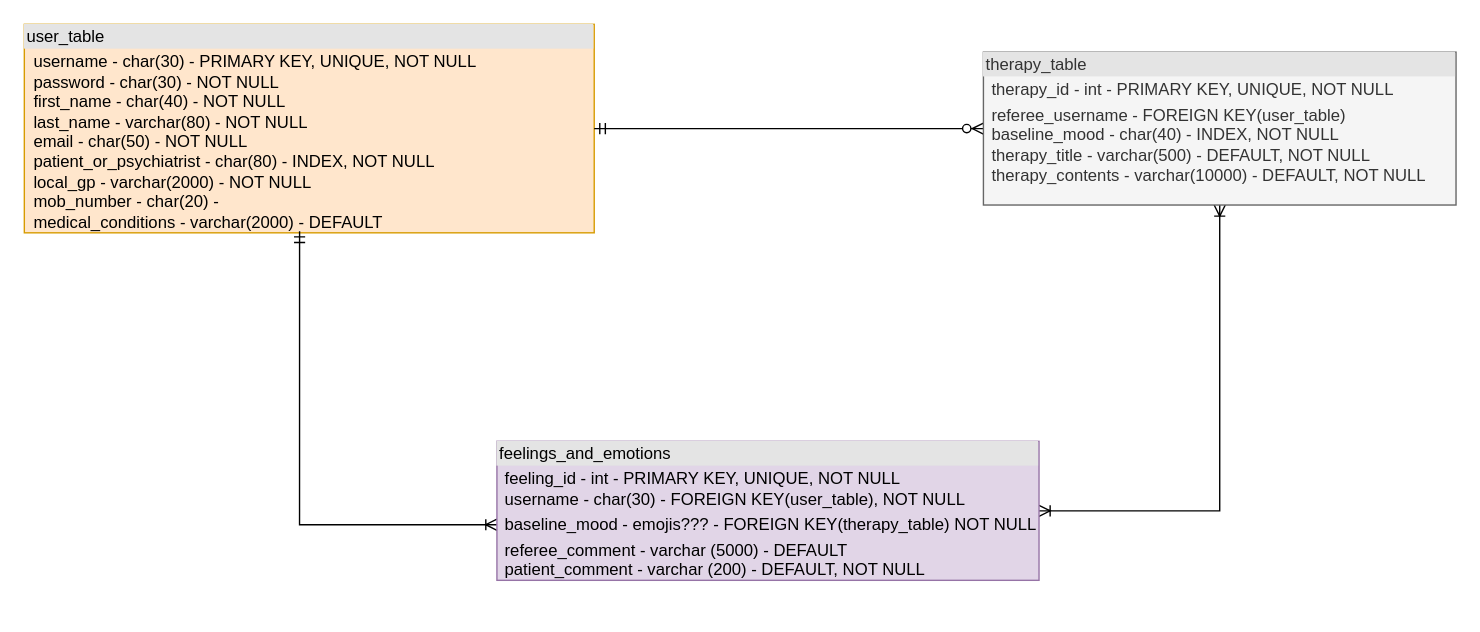
The draw.io diagram Documentation/Entity Relationship Diagram/Joshua Higginson - Entity Relationship Diagram.drawio in joshuahigginson1/DevOps_Assessment_1, before the edit. Source tidied: cells renumbered, new cells numbered last; positions are measured from the earlier drawing's top-left corner, leaving out a move shared by most shapes. Both pictures are drawn from the tidied source at 139%, with x=0, y=0 at pixel (24, 24).
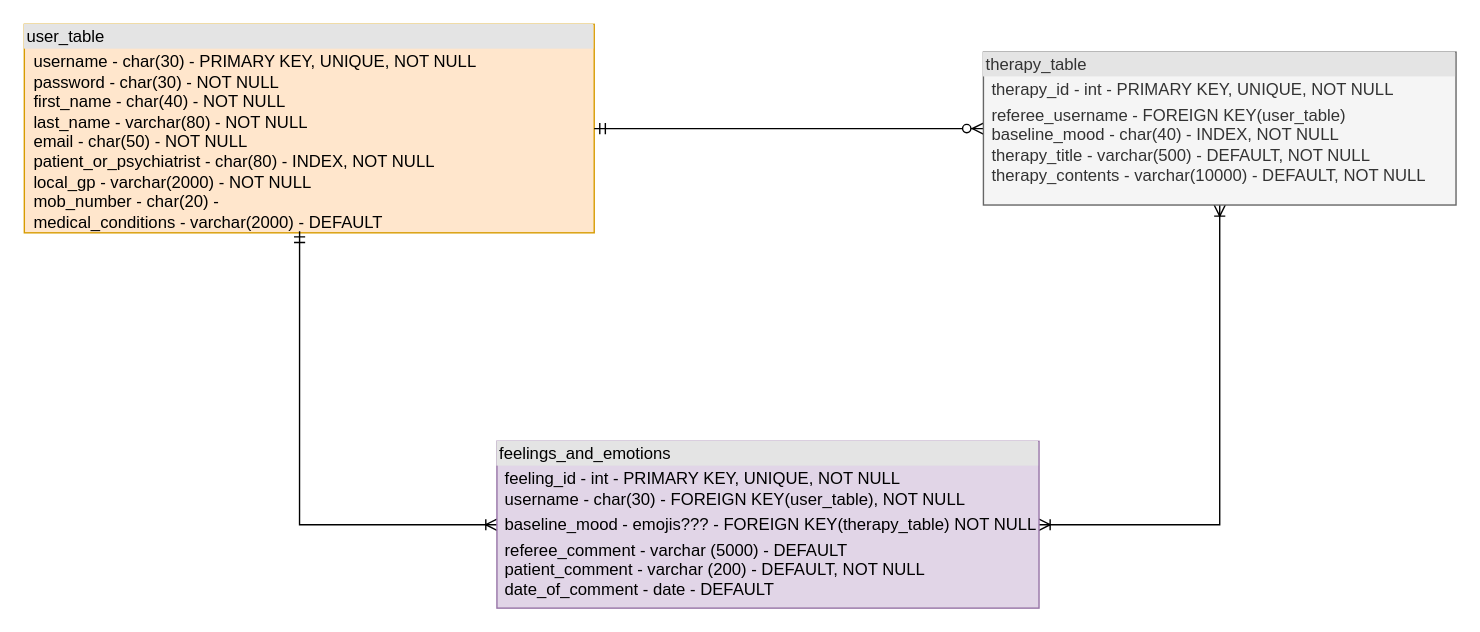
After the change.

Commit message (it also covers changes not shown here):
QDA1-45 #comment made a start on db schema and config for mood tracker.

What changed in the source:
```diff
@@
 <mxGraphModel>
   <root>
     <mxCell id="0" />
     <mxCell id="1" parent="0" />
     <mxCell id="2" value="&lt;div style=&quot;box-sizing: border-box ; width: 100% ; background: #e4e4e4 ; padding: 2px&quot;&gt;user_table&lt;/div&gt;&lt;table style=&quot;width: 100% ; font-size: 1em&quot; cellpadding=&quot;2&quot; cellspacing=&quot;0&quot;&gt;&lt;tbody&gt;&lt;tr&gt;&lt;td&gt;&lt;br&gt;&lt;br&gt;&lt;br&gt;&lt;br&gt;&lt;br&gt;&lt;br&gt;&lt;br&gt;&lt;br&gt;&lt;br&gt;&lt;br&gt;&lt;br&gt;&lt;/td&gt;&lt;td&gt;username&amp;nbsp;- char(30) - PRIMARY KEY, UNIQUE, NOT NULL&lt;br&gt;password - char(30) - NOT NULL&lt;br&gt;first_name&amp;nbsp;- char(40) - NOT NULL&lt;br&gt;last_name&amp;nbsp;- varchar(80) - NOT NULL&lt;br&gt;email&amp;nbsp;- char(50) - NOT NULL&lt;br&gt;patient_or_psychiatrist - char(80) - INDEX, NOT NULL&lt;br&gt;local_gp - varchar(2000) - NOT NULL&lt;br&gt;mob_number - char(20) -&amp;nbsp;&lt;br&gt;medical_conditions - varchar(2000) - DEFAULT&lt;br&gt;&lt;br&gt;&lt;br&gt;&lt;/td&gt;&lt;/tr&gt;&lt;tr&gt;&lt;td&gt;&lt;br&gt;&lt;/td&gt;&lt;td&gt;&lt;br&gt;&lt;/td&gt;&lt;/tr&gt;&lt;tr&gt;&lt;td&gt;&lt;/td&gt;&lt;td&gt;&lt;br&gt;&lt;/td&gt;&lt;/tr&gt;&lt;/tbody&gt;&lt;/table&gt;" style="verticalAlign=top;align=left;overflow=fill;html=1;fillColor=#ffe6cc;strokeColor=#d79b00;" parent="1" vertex="1">
       <mxGeometry width="410" height="150" as="geometry" />
     </mxCell>
     <mxCell id="3" style="edgeStyle=orthogonalEdgeStyle;rounded=0;jettySize=auto;html=1;entryX=0.5;entryY=1;entryDx=0;entryDy=0;startArrow=ERoneToMany;startFill=0;endArrow=ERoneToMany;endFill=0;exitX=1;exitY=0.5;exitDx=0;exitDy=0;" parent="1" edge="1" source="5" target="7">
       <mxGeometry relative="1" as="geometry" />
     </mxCell>
     <mxCell id="4" style="edgeStyle=orthogonalEdgeStyle;rounded=0;jettySize=auto;html=1;entryX=0.483;entryY=0.993;entryDx=0;entryDy=0;startArrow=ERoneToMany;startFill=0;endArrow=ERmandOne;endFill=0;entryPerimeter=0;" parent="1" edge="1" source="5" target="2">
       <mxGeometry relative="1" as="geometry">
         <Array as="points">
           <mxPoint x="198" y="360" />
         </Array>
       </mxGeometry>
     </mxCell>
-    <mxCell id="5" value="&lt;div style=&quot;box-sizing: border-box ; width: 100% ; background: #e4e4e4 ; padding: 2px&quot;&gt;feelings_and_emotions&lt;/div&gt;&lt;table style=&quot;width: 100% ; font-size: 1em&quot; cellpadding=&quot;2&quot; cellspacing=&quot;0&quot;&gt;&lt;tbody&gt;&lt;tr&gt;&lt;td&gt;&lt;br&gt;&lt;/td&gt;&lt;td&gt;feeling_id - int - PRIMARY KEY, UNIQUE, NOT NULL&amp;nbsp;&lt;br&gt;username - char(30) - FOREIGN KEY(user_table), NOT NULL&lt;/td&gt;&lt;/tr&gt;&lt;tr&gt;&lt;td&gt;&lt;br&gt;&lt;/td&gt;&lt;td&gt;baseline_mood - emojis??? - FOREIGN KEY(therapy_table) NOT NULL&lt;br&gt;&lt;/td&gt;&lt;/tr&gt;&lt;tr&gt;&lt;td&gt;&lt;/td&gt;&lt;td&gt;referee_comment - varchar (5000) - DEFAULT&lt;br&gt;patient_comment - varchar (200) - DEFAULT, NOT NULL&lt;br&gt;&lt;br&gt;&lt;/td&gt;&lt;/tr&gt;&lt;/tbody&gt;&lt;/table&gt;" style="verticalAlign=top;align=left;overflow=fill;html=1;fillColor=#e1d5e7;strokeColor=#9673a6;" parent="1" vertex="1">
-      <mxGeometry x="340" y="300" width="390" height="100" as="geometry" />
+    <mxCell id="5" value="&lt;div style=&quot;box-sizing: border-box ; width: 100% ; background: #e4e4e4 ; padding: 2px&quot;&gt;feelings_and_emotions&lt;/div&gt;&lt;table style=&quot;width: 100% ; font-size: 1em&quot; cellpadding=&quot;2&quot; cellspacing=&quot;0&quot;&gt;&lt;tbody&gt;&lt;tr&gt;&lt;td&gt;&lt;br&gt;&lt;/td&gt;&lt;td&gt;feeling_id - int - PRIMARY KEY, UNIQUE, NOT NULL&amp;nbsp;&lt;br&gt;username - char(30) - FOREIGN KEY(user_table), NOT NULL&lt;/td&gt;&lt;/tr&gt;&lt;tr&gt;&lt;td&gt;&lt;br&gt;&lt;/td&gt;&lt;td&gt;baseline_mood - emojis??? - FOREIGN KEY(therapy_table) NOT NULL&lt;br&gt;&lt;/td&gt;&lt;/tr&gt;&lt;tr&gt;&lt;td&gt;&lt;/td&gt;&lt;td&gt;referee_comment - varchar (5000) - DEFAULT&lt;br&gt;patient_comment - varchar (200) - DEFAULT, NOT NULL&lt;br&gt;date_of_comment - date - DEFAULT&lt;br&gt;&lt;br&gt;&lt;/td&gt;&lt;/tr&gt;&lt;/tbody&gt;&lt;/table&gt;" style="verticalAlign=top;align=left;overflow=fill;html=1;fillColor=#e1d5e7;strokeColor=#9673a6;" parent="1" vertex="1">
+      <mxGeometry x="340" y="300" width="390" height="120" as="geometry" />
     </mxCell>
     <mxCell id="6" style="edgeStyle=orthogonalEdgeStyle;rounded=0;jettySize=auto;html=1;entryX=1;entryY=0.5;entryDx=0;entryDy=0;endArrow=ERmandOne;endFill=0;startArrow=ERzeroToMany;startFill=1;" parent="1" edge="1" source="7" target="2">
       <mxGeometry relative="1" as="geometry" />
     </mxCell>
     <mxCell id="7" value="&lt;div style=&quot;box-sizing: border-box ; width: 100% ; background: #e4e4e4 ; padding: 2px&quot;&gt;therapy_table&lt;/div&gt;&lt;table style=&quot;width: 100% ; font-size: 1em&quot; cellpadding=&quot;2&quot; cellspacing=&quot;0&quot;&gt;&lt;tbody&gt;&lt;tr&gt;&lt;td&gt;&lt;br&gt;&lt;/td&gt;&lt;td&gt;therapy_id - int - PRIMARY KEY, UNIQUE, NOT NULL&lt;/td&gt;&lt;/tr&gt;&lt;tr&gt;&lt;td&gt;&lt;br&gt;&lt;/td&gt;&lt;td&gt;referee_username - FOREIGN KEY(user_table)&lt;br&gt;baseline_mood - char(40) - INDEX, NOT NULL&lt;br&gt;therapy_title - varchar(500) - DEFAULT, NOT NULL&lt;br&gt;therapy_contents - varchar(10000) - DEFAULT, NOT NULL&lt;/td&gt;&lt;/tr&gt;&lt;tr&gt;&lt;td&gt;&lt;/td&gt;&lt;td&gt;&lt;br&gt;&lt;/td&gt;&lt;/tr&gt;&lt;/tbody&gt;&lt;/table&gt;" style="verticalAlign=top;align=left;overflow=fill;html=1;fillColor=#f5f5f5;strokeColor=#666666;fontColor=#333333;" parent="1" vertex="1">
       <mxGeometry x="690" y="20" width="340" height="110" as="geometry" />
     </mxCell>
   </root>
 </mxGraphModel>
```
